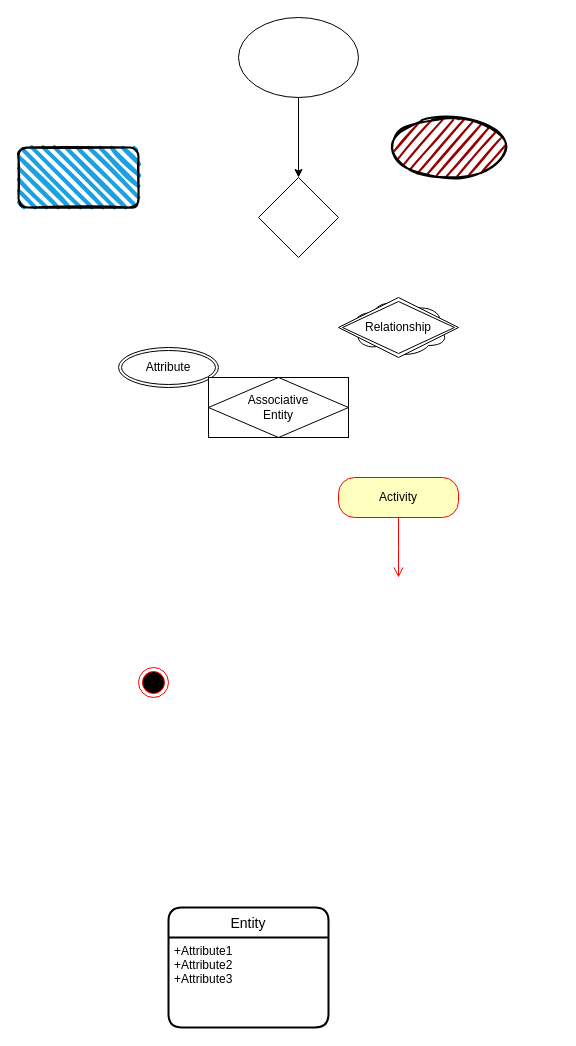
This is imgs/Untitled Diagram.drawio from MacroBorn/res-public, a draw.io file, before an edit. Source tidied: cells renumbered, new cells numbered last; positions are measured from the earlier drawing's top-left corner, leaving out a move shared by most shapes. Both pictures are drawn from the tidied source at 100%, with x=0, y=0 at pixel (18, 17).
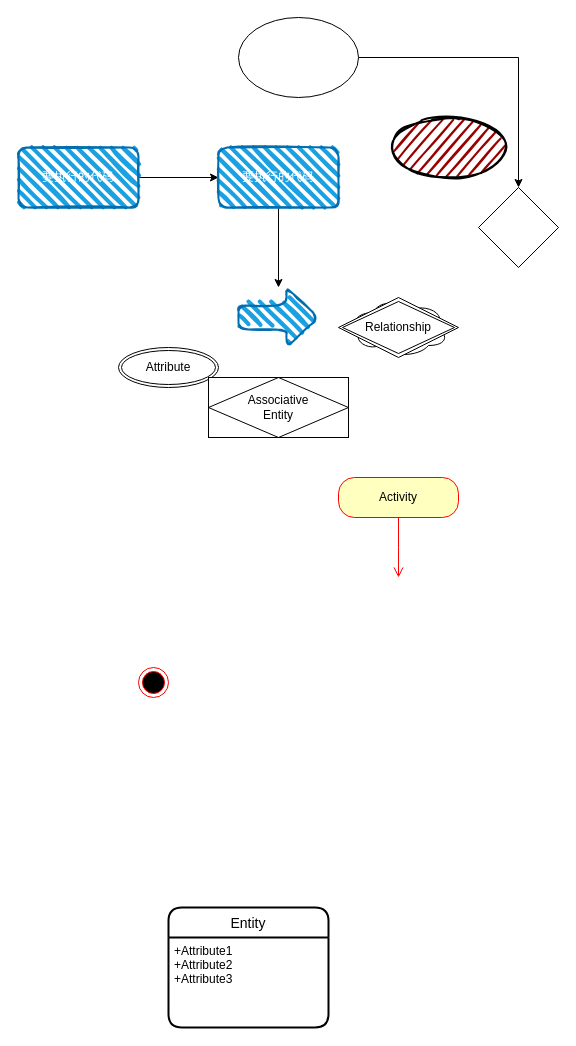
Above is the later version.

The edit, as a diff of the source:
```diff
@@
     <mxCell id="4" style="rhombus;whiteSpace=wrap;html=1;" parent="1" vertex="1">
-      <mxGeometry x="240" y="160" width="80" height="80" as="geometry" />
+      <mxGeometry x="460" y="170" width="80" height="80" as="geometry" />
     </mxCell>
@@
+    <mxCell id="16" style="edgeStyle=orthogonalEdgeStyle;rounded=0;jettySize=auto;html=1;" parent="1" edge="1" source="10" target="18">
+      <mxGeometry relative="1" as="geometry" />
+    </mxCell>
-    <mxCell id="10" style="rounded=1;whiteSpace=wrap;html=1;strokeWidth=2;fillWeight=4;hachureGap=8;hachureAngle=45;fillColor=#1ba1e2;sketch=1;" parent="1" vertex="1">
+    <mxCell id="10" value="要执行的代码" style="rounded=1;whiteSpace=wrap;html=1;strokeWidth=2;fillWeight=4;hachureGap=8;hachureAngle=45;fillColor=#1ba1e2;sketch=1;fontColor=#ffffff;strokeColor=#006EAF;" parent="1" vertex="1">
       <mxGeometry y="130" width="120" height="60" as="geometry" />
     </mxCell>
@@
+    <mxCell id="17" style="edgeStyle=orthogonalEdgeStyle;rounded=0;jettySize=auto;html=1;" parent="1" edge="1" source="18" target="19">
+      <mxGeometry relative="1" as="geometry" />
+    </mxCell>
+    <mxCell id="18" value="要执行的代码" style="rounded=1;whiteSpace=wrap;html=1;strokeWidth=2;fillWeight=4;hachureGap=8;hachureAngle=45;fillColor=#1ba1e2;sketch=1;fontColor=#ffffff;strokeColor=#006EAF;" parent="1" vertex="1">
+      <mxGeometry x="200" y="130" width="120" height="60" as="geometry" />
+    </mxCell>
+    <mxCell id="19" style="shape=singleArrow;whiteSpace=wrap;html=1;arrowWidth=0.4;arrowSize=0.4;fillColor=#1ba1e2;strokeColor=#006EAF;fontColor=#ffffff;rounded=1;strokeWidth=2;fillWeight=4;hachureGap=8;hachureAngle=45;sketch=1;" parent="1" vertex="1">
+      <mxGeometry x="220" y="270" width="80" height="60" as="geometry" />
+    </mxCell>
```
